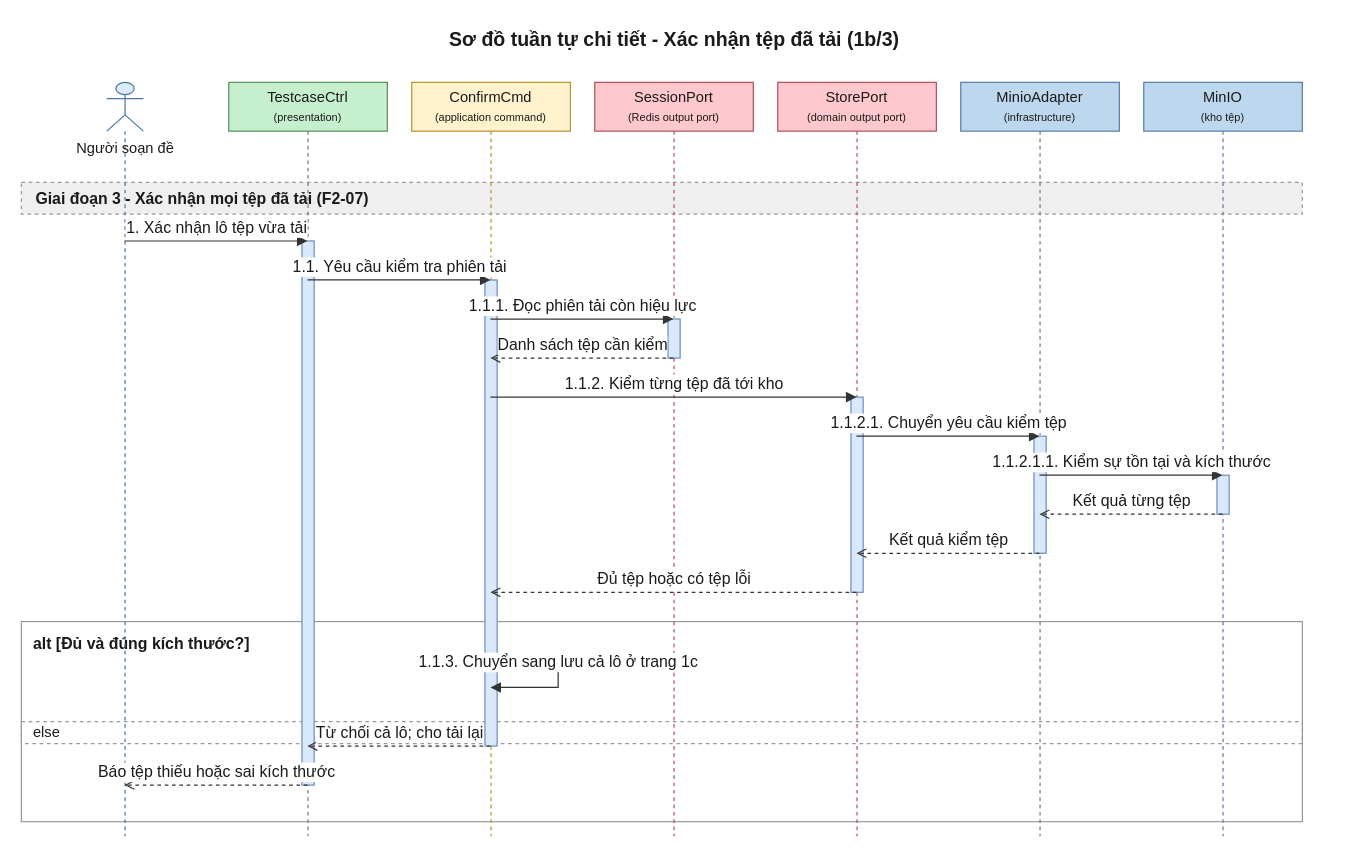
Before: 08-diagram/sequence/shared/sequence_shared_quan_ly_testcase_p1b.drawio in daiphu1801/PRJ_ALGOPREP, a draw.io diagram. Source tidied: cells renumbered, new cells numbered last; positions are measured from the earlier drawing's top-left corner, leaving out a move shared by most shapes. Both pictures are drawn from the tidied source at 122%, with x=0, y=0 at pixel (21, 21).
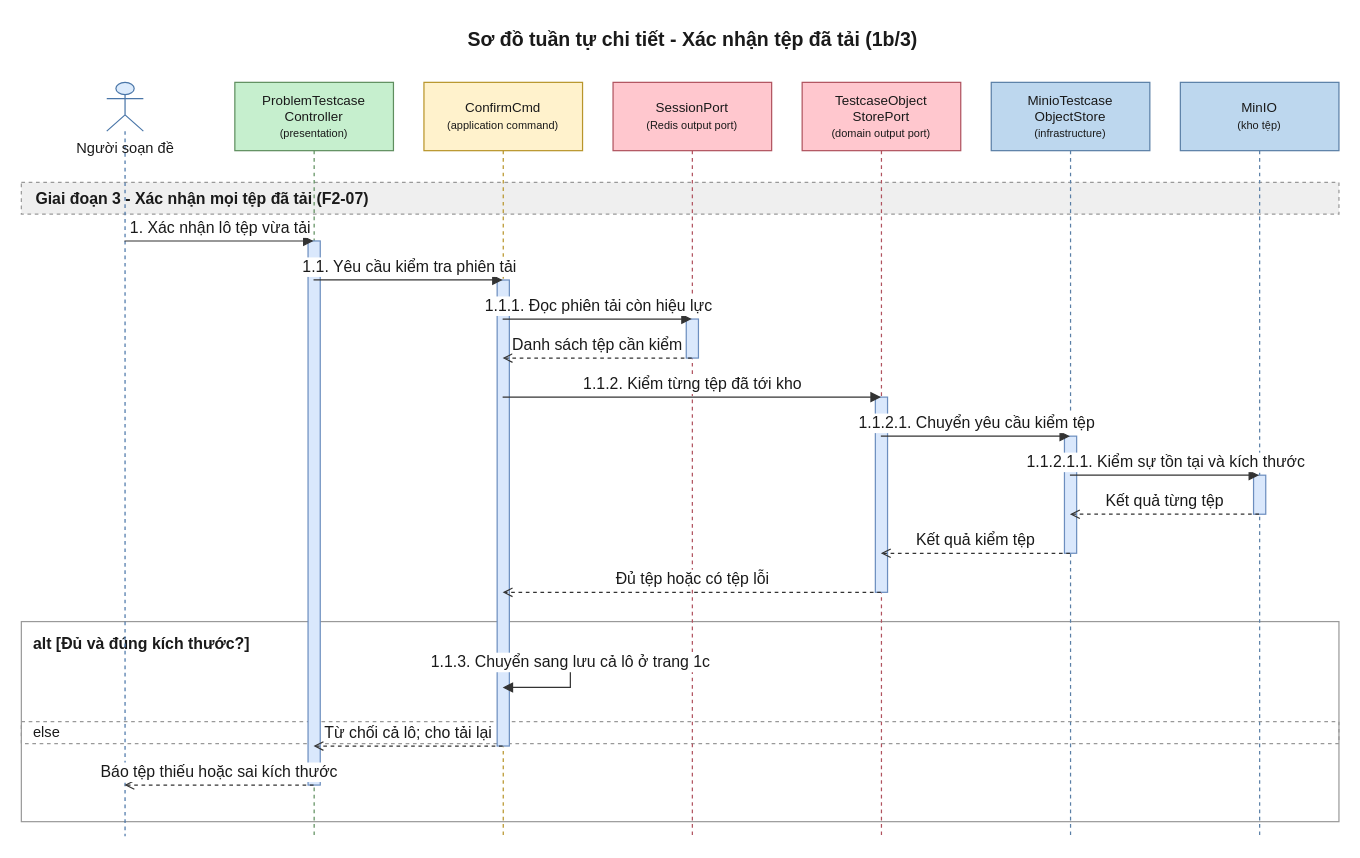
The same page after the edit.

Change to the diagram source:
```diff
@@
     <mxCell id="2" value="Sơ đồ tuần tự chi tiết - Xác nhận tệp đã tải (1b/3)" style="text;html=1;fontSize=16;fontStyle=1;align=center;verticalAlign=middle;fontColor=#1A1A1A;" parent="1" vertex="1">
-      <mxGeometry x="20" width="1030" height="30" as="geometry" />
+      <mxGeometry x="20" width="1060" height="30" as="geometry" />
     </mxCell>
     <mxCell id="3" value="alt [Đủ và đúng kích thước?]" style="algoprep=alt;rounded=0;whiteSpace=wrap;html=1;fillColor=none;strokeColor=#999999;verticalAlign=top;align=left;spacingLeft=8;spacingTop=4;fontColor=#1A1A1A;fontSize=13;fontStyle=1;dashed=0;" parent="1" vertex="1">
-      <mxGeometry y="492" width="1050" height="164" as="geometry" />
+      <mxGeometry y="492" width="1080" height="164" as="geometry" />
     </mxCell>
     <mxCell id="4" value="else" style="text;html=1;dashed=1;strokeColor=#999999;fillColor=none;align=left;verticalAlign=middle;spacingLeft=8;fontColor=#1A1A1A;fontSize=12;" parent="1" vertex="1">
-      <mxGeometry y="574" width="1050" height="18" as="geometry" />
+      <mxGeometry y="574" width="1080" height="18" as="geometry" />
     </mxCell>
     <mxCell id="5" value="Giai đoạn 3 - Xác nhận mọi tệp đã tải (F2-07)" style="algoprep=phase;rounded=0;whiteSpace=wrap;html=1;fillColor=#EFEFEF;strokeColor=#999999;dashed=1;align=left;verticalAlign=middle;spacingLeft=10;fontColor=#1A1A1A;fontSize=13;fontStyle=1;" parent="1" vertex="1">
-      <mxGeometry y="132" width="1050" height="26" as="geometry" />
+      <mxGeometry y="132" width="1080" height="26" as="geometry" />
     </mxCell>
@@
-    <mxCell id="7" value="TestcaseCtrl&lt;br&gt;&lt;font style=&quot;font-size:9px&quot;&gt;(presentation)&lt;/font&gt;" style="shape=umlLifeline;perimeter=lifelinePerimeter;whiteSpace=wrap;html=1;outlineConnect=0;size=40;fillColor=#C6EFCE;strokeColor=#5E8E5E;fontColor=#1A1A1A;" parent="1" vertex="1">
-      <mxGeometry x="170" y="50" width="130" height="618" as="geometry" />
+    <mxCell id="7" value="ProblemTestcase&lt;br&gt;Controller&lt;br&gt;&lt;font style=&quot;font-size:9px&quot;&gt;(presentation)&lt;/font&gt;" style="shape=umlLifeline;perimeter=lifelinePerimeter;whiteSpace=wrap;html=1;outlineConnect=0;size=56;fontSize=11;fillColor=#C6EFCE;strokeColor=#5E8E5E;fontColor=#1A1A1A;" parent="1" vertex="1">
+      <mxGeometry x="175" y="50" width="130" height="618" as="geometry" />
     </mxCell>
-    <mxCell id="8" value="ConfirmCmd&lt;br&gt;&lt;font style=&quot;font-size:9px&quot;&gt;(application command)&lt;/font&gt;" style="shape=umlLifeline;perimeter=lifelinePerimeter;whiteSpace=wrap;html=1;outlineConnect=0;size=40;fillColor=#FFF2CC;strokeColor=#B8952A;fontColor=#1A1A1A;" parent="1" vertex="1">
-      <mxGeometry x="320" y="50" width="130" height="618" as="geometry" />
+    <mxCell id="8" value="ConfirmCmd&lt;br&gt;&lt;font style=&quot;font-size:9px&quot;&gt;(application command)&lt;/font&gt;" style="shape=umlLifeline;perimeter=lifelinePerimeter;whiteSpace=wrap;html=1;outlineConnect=0;size=56;fontSize=11;fillColor=#FFF2CC;strokeColor=#B8952A;fontColor=#1A1A1A;" parent="1" vertex="1">
+      <mxGeometry x="330" y="50" width="130" height="618" as="geometry" />
     </mxCell>
-    <mxCell id="9" value="SessionPort&lt;br&gt;&lt;font style=&quot;font-size:9px&quot;&gt;(Redis output port)&lt;/font&gt;" style="shape=umlLifeline;perimeter=lifelinePerimeter;whiteSpace=wrap;html=1;outlineConnect=0;size=40;fillColor=#FFC7CE;strokeColor=#B0525E;fontColor=#1A1A1A;" parent="1" vertex="1">
-      <mxGeometry x="470" y="50" width="130" height="618" as="geometry" />
+    <mxCell id="9" value="SessionPort&lt;br&gt;&lt;font style=&quot;font-size:9px&quot;&gt;(Redis output port)&lt;/font&gt;" style="shape=umlLifeline;perimeter=lifelinePerimeter;whiteSpace=wrap;html=1;outlineConnect=0;size=56;fontSize=11;fillColor=#FFC7CE;strokeColor=#B0525E;fontColor=#1A1A1A;" parent="1" vertex="1">
+      <mxGeometry x="485" y="50" width="130" height="618" as="geometry" />
     </mxCell>
-    <mxCell id="10" value="StorePort&lt;br&gt;&lt;font style=&quot;font-size:9px&quot;&gt;(domain output port)&lt;/font&gt;" style="shape=umlLifeline;perimeter=lifelinePerimeter;whiteSpace=wrap;html=1;outlineConnect=0;size=40;fillColor=#FFC7CE;strokeColor=#B0525E;fontColor=#1A1A1A;" parent="1" vertex="1">
-      <mxGeometry x="620" y="50" width="130" height="618" as="geometry" />
+    <mxCell id="10" value="TestcaseObject&lt;br&gt;StorePort&lt;br&gt;&lt;font style=&quot;font-size:9px&quot;&gt;(domain output port)&lt;/font&gt;" style="shape=umlLifeline;perimeter=lifelinePerimeter;whiteSpace=wrap;html=1;outlineConnect=0;size=56;fontSize=11;fillColor=#FFC7CE;strokeColor=#B0525E;fontColor=#1A1A1A;" parent="1" vertex="1">
+      <mxGeometry x="640" y="50" width="130" height="618" as="geometry" />
     </mxCell>
-    <mxCell id="11" value="MinioAdapter&lt;br&gt;&lt;font style=&quot;font-size:9px&quot;&gt;(infrastructure)&lt;/font&gt;" style="shape=umlLifeline;perimeter=lifelinePerimeter;whiteSpace=wrap;html=1;outlineConnect=0;size=40;fillColor=#BDD7EE;strokeColor=#5A7FA6;fontColor=#1A1A1A;" parent="1" vertex="1">
-      <mxGeometry x="770" y="50" width="130" height="618" as="geometry" />
+    <mxCell id="11" value="MinioTestcase&lt;br&gt;ObjectStore&lt;br&gt;&lt;font style=&quot;font-size:9px&quot;&gt;(infrastructure)&lt;/font&gt;" style="shape=umlLifeline;perimeter=lifelinePerimeter;whiteSpace=wrap;html=1;outlineConnect=0;size=56;fontSize=11;fillColor=#BDD7EE;strokeColor=#5A7FA6;fontColor=#1A1A1A;" parent="1" vertex="1">
+      <mxGeometry x="795" y="50" width="130" height="618" as="geometry" />
     </mxCell>
-    <mxCell id="12" value="MinIO&lt;br&gt;&lt;font style=&quot;font-size:9px&quot;&gt;(kho tệp)&lt;/font&gt;" style="shape=umlLifeline;perimeter=lifelinePerimeter;whiteSpace=wrap;html=1;outlineConnect=0;size=40;fillColor=#BDD7EE;strokeColor=#5A7FA6;fontColor=#1A1A1A;" parent="1" vertex="1">
-      <mxGeometry x="920" y="50" width="130" height="618" as="geometry" />
+    <mxCell id="12" value="MinIO&lt;br&gt;&lt;font style=&quot;font-size:9px&quot;&gt;(kho tệp)&lt;/font&gt;" style="shape=umlLifeline;perimeter=lifelinePerimeter;whiteSpace=wrap;html=1;outlineConnect=0;size=56;fontSize=11;fillColor=#BDD7EE;strokeColor=#5A7FA6;fontColor=#1A1A1A;" parent="1" vertex="1">
+      <mxGeometry x="950" y="50" width="130" height="618" as="geometry" />
     </mxCell>
@@
     <mxCell id="29" value="1.1.3. Chuyển sang lưu cả lô ở trang 1c" style="edgeStyle=orthogonalEdgeStyle;rounded=0;html=1;endArrow=block;endFill=1;strokeColor=#333333;fontColor=#1A1A1A;fontSize=13;verticalAlign=bottom;exitX=0.5;exitY=0.7702;exitDx=0;exitDy=0;entryX=0.5;entryY=0.8026;entryDx=0;entryDy=0;" parent="1" edge="1" source="8" target="8">
       <mxGeometry relative="1" as="geometry">
         <Array as="points">
-          <mxPoint x="440" y="526" />
-          <mxPoint x="440" y="546" />
+          <mxPoint x="450" y="526" />
+          <mxPoint x="450" y="546" />
         </Array>
       </mxGeometry>
     </mxCell>
```
